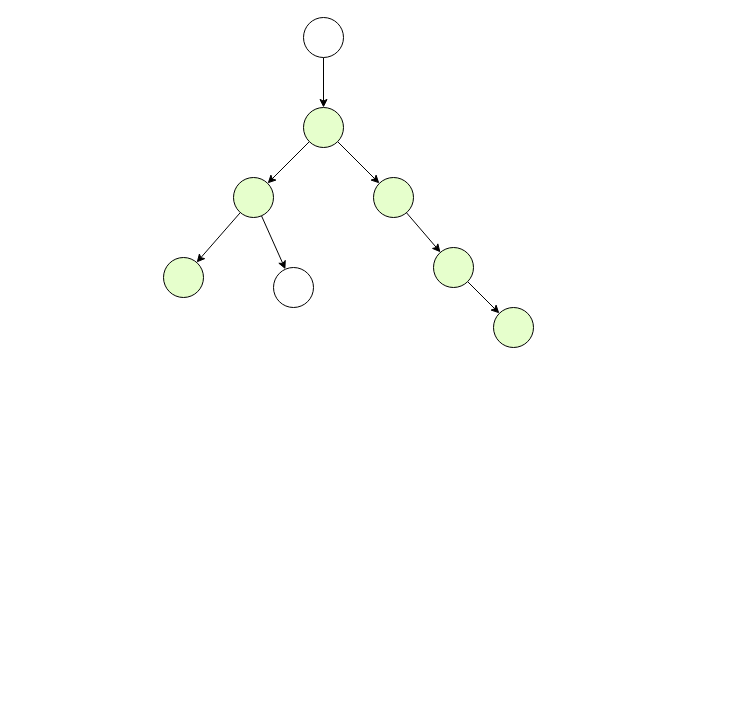
Before: page "算法" (6 of 6) of docs/algorithm/算法.drawio in luckywind/TechWorld, a draw.io diagram. Source tidied: cells renumbered, new cells numbered last; positions are measured from the earlier drawing's top-left corner, leaving out a move shared by most shapes. Both pictures are drawn from the tidied source at 100%, with x=0, y=0 at pixel (163, 17).
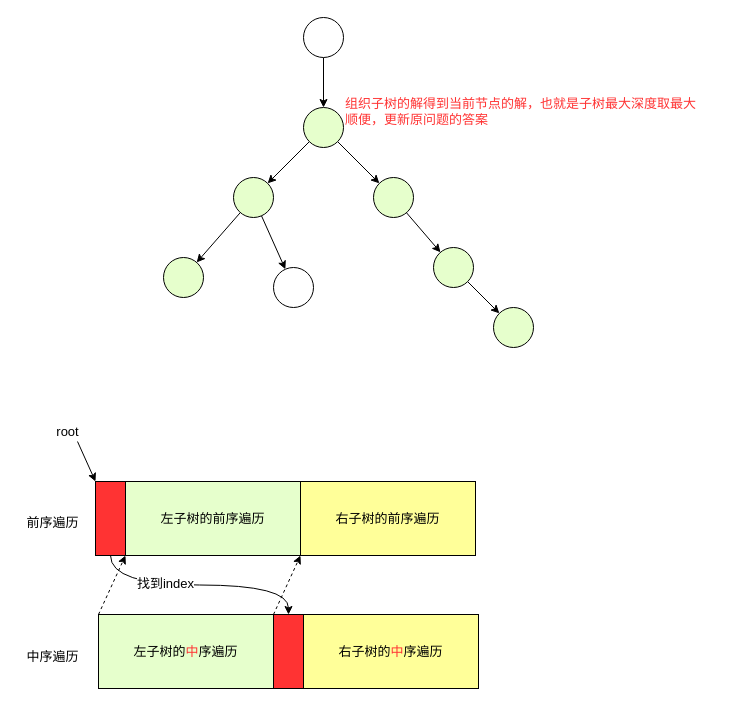
After the change.

The edit, as a diff of the source:
```diff
@@
+    <mxCell id="17" value="组织子树的解得到当前节点的解，也就是子树最大深度取最大&lt;br&gt;顺便，更新原问题的答案" style="text;html=1;align=left;verticalAlign=middle;strokeColor=none;fillColor=none;fontSize=13;fontColor=#FF3333;" parent="1" vertex="1">
+      <mxGeometry x="180" y="72" width="369" height="43" as="geometry" />
+    </mxCell>
+    <mxCell id="18" style="edgeStyle=orthogonalEdgeStyle;rounded=0;jettySize=auto;html=1;exitX=0.5;exitY=1;exitDx=0;exitDy=0;entryX=0.5;entryY=0;entryDx=0;entryDy=0;fontSize=13;fontColor=#FF3333;curved=1;" parent="1" edge="1" source="20" target="24">
+      <mxGeometry relative="1" as="geometry" />
+    </mxCell>
+    <mxCell id="19" value="&lt;font color=&quot;#000000&quot;&gt;找到index&lt;/font&gt;" style="edgeLabel;html=1;align=center;verticalAlign=middle;fontSize=13;fontColor=#FF3333;" parent="18" vertex="1">
+      <mxGeometry x="-0.29" y="2" relative="1" as="geometry" />
+    </mxCell>
+    <mxCell id="20" style="rounded=0;whiteSpace=wrap;html=1;fontSize=13;fontColor=#FF3333;fillColor=#FF3333;" parent="1" vertex="1">
+      <mxGeometry x="-68" y="464" width="30" height="74" as="geometry" />
+    </mxCell>
+    <mxCell id="21" value="前序遍历" style="text;html=1;align=center;verticalAlign=middle;strokeColor=none;fillColor=none;fontSize=13;fontColor=#000000;" parent="1" vertex="1">
+      <mxGeometry x="-146" y="491" width="70" height="28" as="geometry" />
+    </mxCell>
+    <mxCell id="22" value="&lt;font color=&quot;#000000&quot;&gt;左子树的前序遍历&lt;/font&gt;" style="rounded=0;whiteSpace=wrap;html=1;fontSize=13;fontColor=#FF3333;fillColor=#E6FFCC;" parent="1" vertex="1">
+      <mxGeometry x="-38" y="464" width="175" height="74" as="geometry" />
+    </mxCell>
+    <mxCell id="23" value="&lt;font color=&quot;#000000&quot;&gt;右子树的前序遍历&lt;/font&gt;" style="rounded=0;whiteSpace=wrap;html=1;fontSize=13;fontColor=#FF3333;fillColor=#FFFF99;" parent="1" vertex="1">
+      <mxGeometry x="137" y="464" width="175" height="74" as="geometry" />
+    </mxCell>
+    <mxCell id="24" style="rounded=0;whiteSpace=wrap;html=1;fontSize=13;fontColor=#FF3333;fillColor=#FF3333;" parent="1" vertex="1">
+      <mxGeometry x="110" y="597" width="30" height="74" as="geometry" />
+    </mxCell>
+    <mxCell id="25" value="中序遍历" style="text;html=1;align=center;verticalAlign=middle;strokeColor=none;fillColor=none;fontSize=13;fontColor=#000000;" parent="1" vertex="1">
+      <mxGeometry x="-146" y="625" width="70" height="28" as="geometry" />
+    </mxCell>
+    <mxCell id="26" value="&lt;font color=&quot;#000000&quot;&gt;右子树的&lt;/font&gt;中&lt;font color=&quot;#000000&quot;&gt;序遍历&lt;/font&gt;" style="rounded=0;whiteSpace=wrap;html=1;fontSize=13;fontColor=#FF3333;fillColor=#FFFF99;" parent="1" vertex="1">
+      <mxGeometry x="140" y="597" width="175" height="74" as="geometry" />
+    </mxCell>
+    <mxCell id="27" style="endArrow=classic;html=1;rounded=0;fontSize=13;fontColor=#FF3333;entryX=0;entryY=0;entryDx=0;entryDy=0;" parent="1" edge="1" target="20">
+      <mxGeometry relative="1" as="geometry">
+        <mxPoint x="-86" y="424" as="sourcePoint" />
+      </mxGeometry>
+    </mxCell>
+    <mxCell id="28" value="&lt;font color=&quot;#000000&quot;&gt;root&lt;/font&gt;" style="text;html=1;align=center;verticalAlign=middle;strokeColor=none;fillColor=none;fontSize=13;fontColor=#FF3333;" parent="1" vertex="1">
+      <mxGeometry x="-116" y="400" width="40" height="28" as="geometry" />
+    </mxCell>
+    <mxCell id="29" style="rounded=0;jettySize=auto;html=1;exitX=1;exitY=0;exitDx=0;exitDy=0;entryX=0;entryY=1;entryDx=0;entryDy=0;fontSize=13;fontColor=#000000;dashed=1;" parent="1" edge="1" source="31" target="23">
+      <mxGeometry relative="1" as="geometry" />
+    </mxCell>
+    <mxCell id="30" style="edgeStyle=none;rounded=0;jettySize=auto;html=1;exitX=0;exitY=0;exitDx=0;exitDy=0;entryX=0;entryY=1;entryDx=0;entryDy=0;dashed=1;fontSize=13;fontColor=#000000;" parent="1" edge="1" source="31" target="22">
+      <mxGeometry relative="1" as="geometry" />
+    </mxCell>
+    <mxCell id="31" value="&lt;font color=&quot;#000000&quot;&gt;左子树的&lt;/font&gt;中&lt;font color=&quot;#000000&quot;&gt;序遍历&lt;/font&gt;" style="rounded=0;whiteSpace=wrap;html=1;fontSize=13;fontColor=#FF3333;fillColor=#E6FFCC;" parent="1" vertex="1">
+      <mxGeometry x="-65" y="597" width="175" height="74" as="geometry" />
+    </mxCell>
```
